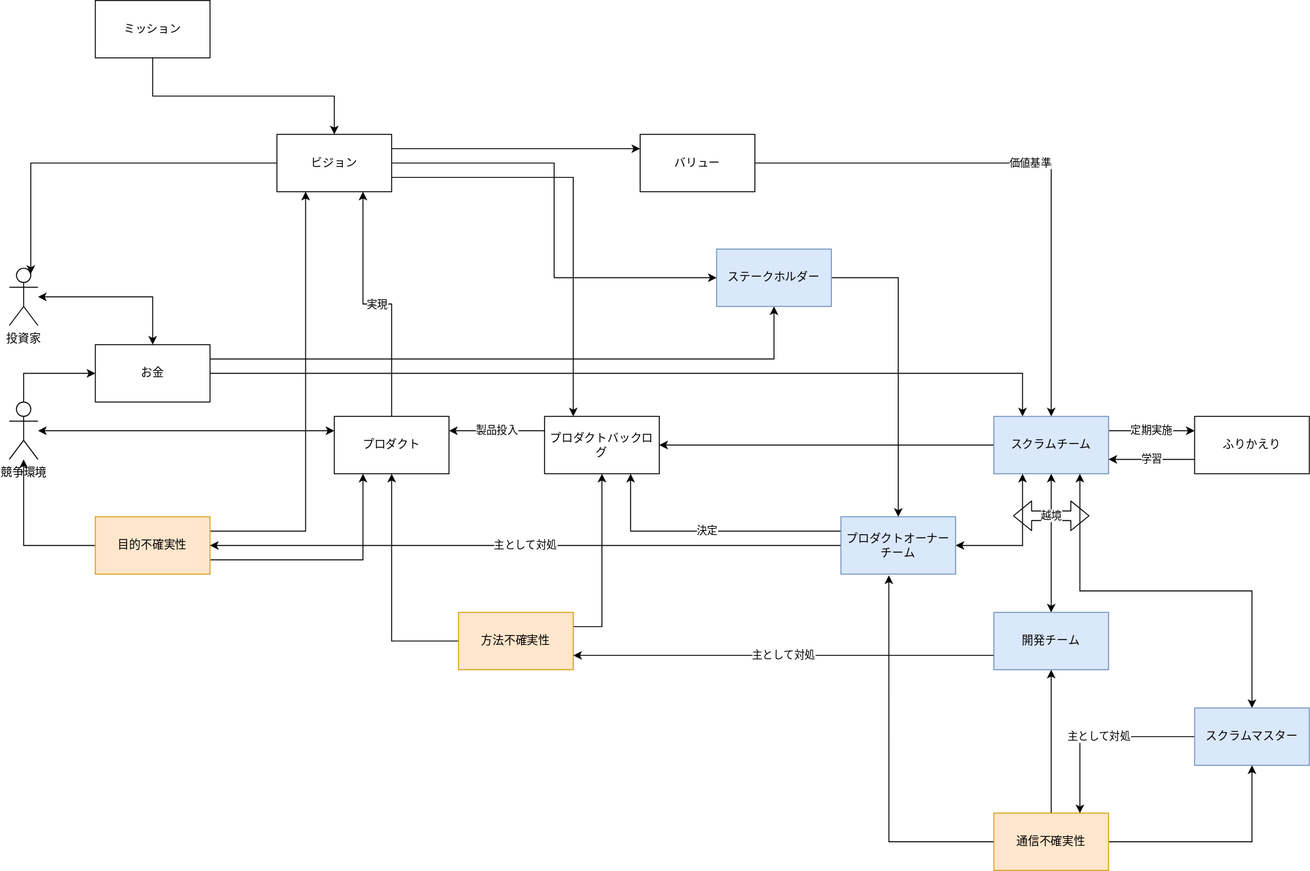
The draw.io diagram 現代ソフトウェア開発の地図.svg in shimobayashi/drawio-public, before a commit. Source tidied: cells renumbered, new cells last; positions are measured from the earlier drawing's top-left corner, leaving out a move shared by most shapes.
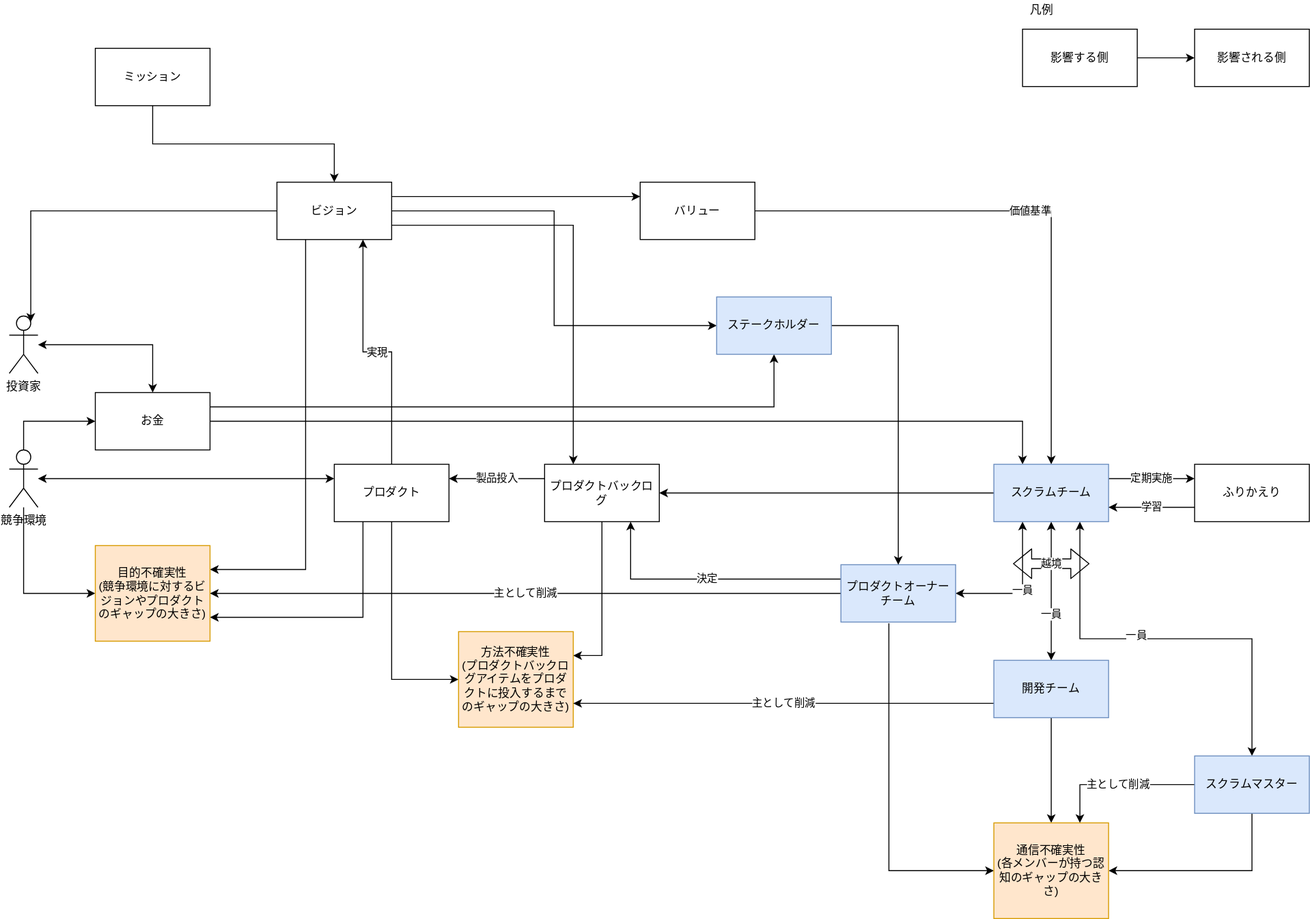
Later version of the same file.

Commit message:
Update 現代ソフトウェア開発の地図.svg

Change to the diagram source:
```diff
@@ -53,38 +53,38 @@
     <mxCell id="18" value="お金" style="rounded=0;whiteSpace=wrap;html=1;" parent="1" vertex="1">
       <mxGeometry x="90" y="360" width="120" height="60" as="geometry" />
     </mxCell>
-    <mxCell id="19" style="edgeStyle=orthogonalEdgeStyle;rounded=0;jettySize=auto;html=1;exitX=0;exitY=0.5;exitDx=0;exitDy=0;" parent="1" edge="1" source="22" target="4">
+    <mxCell id="19" style="edgeStyle=orthogonalEdgeStyle;rounded=0;jettySize=auto;html=1;exitX=0;exitY=0.5;exitDx=0;exitDy=0;startArrow=classic;startFill=1;endArrow=none;endFill=0;" parent="1" edge="1" source="22" target="4">
       <mxGeometry relative="1" as="geometry" />
     </mxCell>
-    <mxCell id="20" style="edgeStyle=orthogonalEdgeStyle;rounded=0;jettySize=auto;html=1;exitX=1;exitY=0.25;exitDx=0;exitDy=0;entryX=0.25;entryY=1;entryDx=0;entryDy=0;" parent="1" edge="1" source="22" target="11">
+    <mxCell id="20" style="edgeStyle=orthogonalEdgeStyle;rounded=0;jettySize=auto;html=1;exitX=1;exitY=0.25;exitDx=0;exitDy=0;entryX=0.25;entryY=1;entryDx=0;entryDy=0;startArrow=classic;startFill=1;endArrow=none;endFill=0;" parent="1" edge="1" source="22" target="11">
       <mxGeometry relative="1" as="geometry" />
     </mxCell>
-    <mxCell id="21" style="edgeStyle=orthogonalEdgeStyle;rounded=0;jettySize=auto;html=1;exitX=1;exitY=0.75;exitDx=0;exitDy=0;entryX=0.25;entryY=1;entryDx=0;entryDy=0;" parent="1" edge="1" source="22" target="15">
+    <mxCell id="21" style="edgeStyle=orthogonalEdgeStyle;rounded=0;jettySize=auto;html=1;exitX=1;exitY=0.75;exitDx=0;exitDy=0;entryX=0.25;entryY=1;entryDx=0;entryDy=0;startArrow=classic;startFill=1;endArrow=none;endFill=0;" parent="1" edge="1" source="22" target="15">
       <mxGeometry relative="1" as="geometry" />
     </mxCell>
-    <mxCell id="22" value="目的不確実性" style="rounded=0;whiteSpace=wrap;html=1;fillColor=#ffe6cc;strokeColor=#d79b00;" parent="1" vertex="1">
-      <mxGeometry x="90" y="540" width="120" height="60" as="geometry" />
+    <mxCell id="22" value="目的不確実性&lt;br&gt;(競争環境に対するビジョンやプロダクトのギャップの大きさ)" style="rounded=0;whiteSpace=wrap;html=1;fillColor=#ffe6cc;strokeColor=#d79b00;" parent="1" vertex="1">
+      <mxGeometry x="90" y="520" width="120" height="100" as="geometry" />
     </mxCell>
-    <mxCell id="23" style="edgeStyle=orthogonalEdgeStyle;rounded=0;jettySize=auto;html=1;exitX=0;exitY=0.5;exitDx=0;exitDy=0;entryX=0.5;entryY=1;entryDx=0;entryDy=0;" parent="1" edge="1" source="25" target="15">
+    <mxCell id="23" style="edgeStyle=orthogonalEdgeStyle;rounded=0;jettySize=auto;html=1;exitX=0;exitY=0.5;exitDx=0;exitDy=0;entryX=0.5;entryY=1;entryDx=0;entryDy=0;startArrow=classic;startFill=1;endArrow=none;endFill=0;" parent="1" edge="1" source="25" target="15">
       <mxGeometry relative="1" as="geometry" />
     </mxCell>
-    <mxCell id="24" style="edgeStyle=orthogonalEdgeStyle;rounded=0;jettySize=auto;html=1;exitX=1;exitY=0.25;exitDx=0;exitDy=0;entryX=0.5;entryY=1;entryDx=0;entryDy=0;" parent="1" edge="1" source="25" target="31">
+    <mxCell id="24" style="edgeStyle=orthogonalEdgeStyle;rounded=0;jettySize=auto;html=1;exitX=1;exitY=0.25;exitDx=0;exitDy=0;entryX=0.5;entryY=1;entryDx=0;entryDy=0;startArrow=classic;startFill=1;endArrow=none;endFill=0;" parent="1" edge="1" source="25" target="31">
       <mxGeometry relative="1" as="geometry" />
     </mxCell>
-    <mxCell id="25" value="方法不確実性" style="rounded=0;whiteSpace=wrap;html=1;fillColor=#ffe6cc;strokeColor=#d79b00;" parent="1" vertex="1">
-      <mxGeometry x="470" y="640" width="120" height="60" as="geometry" />
+    <mxCell id="25" value="方法不確実性&lt;br&gt;(プロダクトバックログアイテムをプロダクトに投入するまでのギャップの大きさ)" style="rounded=0;whiteSpace=wrap;html=1;fillColor=#ffe6cc;strokeColor=#d79b00;" parent="1" vertex="1">
+      <mxGeometry x="470" y="610" width="120" height="100" as="geometry" />
     </mxCell>
-    <mxCell id="26" style="edgeStyle=orthogonalEdgeStyle;rounded=0;jettySize=auto;html=1;exitX=0;exitY=0.5;exitDx=0;exitDy=0;entryX=0.418;entryY=1.021;entryDx=0;entryDy=0;entryPerimeter=0;" parent="1" edge="1" source="29" target="35">
+    <mxCell id="26" style="edgeStyle=orthogonalEdgeStyle;rounded=0;jettySize=auto;html=1;exitX=0;exitY=0.5;exitDx=0;exitDy=0;entryX=0.418;entryY=1.021;entryDx=0;entryDy=0;entryPerimeter=0;startArrow=classic;startFill=1;endArrow=none;endFill=0;" parent="1" edge="1" source="29" target="35">
       <mxGeometry relative="1" as="geometry" />
     </mxCell>
-    <mxCell id="27" style="edgeStyle=orthogonalEdgeStyle;rounded=0;jettySize=auto;html=1;exitX=0.5;exitY=0;exitDx=0;exitDy=0;entryX=0.5;entryY=1;entryDx=0;entryDy=0;" parent="1" edge="1" source="29" target="38">
+    <mxCell id="27" style="edgeStyle=orthogonalEdgeStyle;rounded=0;jettySize=auto;html=1;exitX=0.5;exitY=0;exitDx=0;exitDy=0;entryX=0.5;entryY=1;entryDx=0;entryDy=0;startArrow=classic;startFill=1;endArrow=none;endFill=0;" parent="1" edge="1" source="29" target="38">
       <mxGeometry relative="1" as="geometry" />
     </mxCell>
-    <mxCell id="28" style="edgeStyle=orthogonalEdgeStyle;rounded=0;jettySize=auto;html=1;exitX=1;exitY=0.5;exitDx=0;exitDy=0;entryX=0.5;entryY=1;entryDx=0;entryDy=0;" parent="1" edge="1" source="29" target="41">
+    <mxCell id="28" style="edgeStyle=orthogonalEdgeStyle;rounded=0;jettySize=auto;html=1;exitX=1;exitY=0.5;exitDx=0;exitDy=0;entryX=0.5;entryY=1;entryDx=0;entryDy=0;startArrow=classic;startFill=1;endArrow=none;endFill=0;" parent="1" edge="1" source="29" target="41">
       <mxGeometry relative="1" as="geometry" />
     </mxCell>
-    <mxCell id="29" value="通信不確実性" style="rounded=0;whiteSpace=wrap;html=1;fillColor=#ffe6cc;strokeColor=#d79b00;" parent="1" vertex="1">
-      <mxGeometry x="1030" y="850" width="120" height="60" as="geometry" />
+    <mxCell id="29" value="通信不確実性&lt;br&gt;(各メンバーが持つ認知のギャップの大きさ)" style="rounded=0;whiteSpace=wrap;html=1;fillColor=#ffe6cc;strokeColor=#d79b00;" parent="1" vertex="1">
+      <mxGeometry x="1030" y="810" width="120" height="100" as="geometry" />
     </mxCell>
     <mxCell id="30" value="製品投入" style="edgeStyle=orthogonalEdgeStyle;rounded=0;jettySize=auto;html=1;exitX=0;exitY=0.25;exitDx=0;exitDy=0;entryX=1;entryY=0.25;entryDx=0;entryDy=0;" parent="1" edge="1" source="31" target="15">
       <mxGeometry relative="1" as="geometry" />
@@ -92,10 +92,10 @@
     <mxCell id="31" value="プロダクトバックログ" style="rounded=0;whiteSpace=wrap;html=1;" parent="1" vertex="1">
       <mxGeometry x="560" y="435" width="120" height="60" as="geometry" />
     </mxCell>
-    <mxCell id="32" value="主として対処" style="edgeStyle=orthogonalEdgeStyle;rounded=0;jettySize=auto;html=1;exitX=0;exitY=0.5;exitDx=0;exitDy=0;entryX=1;entryY=0.5;entryDx=0;entryDy=0;" parent="1" edge="1" source="35" target="22">
+    <mxCell id="32" value="主として削減" style="edgeStyle=orthogonalEdgeStyle;rounded=0;jettySize=auto;html=1;exitX=0;exitY=0.5;exitDx=0;exitDy=0;entryX=1;entryY=0.5;entryDx=0;entryDy=0;" parent="1" edge="1" source="35" target="22">
       <mxGeometry relative="1" as="geometry" />
     </mxCell>
-    <mxCell id="33" style="edgeStyle=orthogonalEdgeStyle;rounded=0;jettySize=auto;html=1;exitX=1;exitY=0.5;exitDx=0;exitDy=0;entryX=0.25;entryY=1;entryDx=0;entryDy=0;startArrow=classic;startFill=1;" parent="1" edge="1" source="35" target="44">
+    <mxCell id="33" value="一員" style="edgeStyle=orthogonalEdgeStyle;rounded=0;jettySize=auto;html=1;exitX=1;exitY=0.5;exitDx=0;exitDy=0;entryX=0.25;entryY=1;entryDx=0;entryDy=0;startArrow=classic;startFill=1;" parent="1" edge="1" source="35" target="44">
       <mxGeometry relative="1" as="geometry" />
     </mxCell>
     <mxCell id="34" value="決定" style="edgeStyle=orthogonalEdgeStyle;rounded=0;jettySize=auto;html=1;exitX=0;exitY=0.25;exitDx=0;exitDy=0;entryX=0.75;entryY=1;entryDx=0;entryDy=0;" parent="1" edge="1" source="35" target="31">
@@ -104,21 +104,27 @@
     <mxCell id="35" value="プロダクトオーナーチーム" style="rounded=0;whiteSpace=wrap;html=1;fillColor=#dae8fc;strokeColor=#6c8ebf;" parent="1" vertex="1">
       <mxGeometry x="870" y="540" width="120" height="60" as="geometry" />
     </mxCell>
-    <mxCell id="36" value="主として対処" style="edgeStyle=orthogonalEdgeStyle;rounded=0;jettySize=auto;html=1;exitX=0;exitY=0.75;exitDx=0;exitDy=0;entryX=1;entryY=0.75;entryDx=0;entryDy=0;" parent="1" edge="1" source="38" target="25">
+    <mxCell id="36" value="主として削減" style="edgeStyle=orthogonalEdgeStyle;rounded=0;jettySize=auto;html=1;exitX=0;exitY=0.75;exitDx=0;exitDy=0;entryX=1;entryY=0.75;entryDx=0;entryDy=0;" parent="1" edge="1" source="38" target="25">
       <mxGeometry relative="1" as="geometry" />
     </mxCell>
     <mxCell id="37" style="edgeStyle=orthogonalEdgeStyle;rounded=0;jettySize=auto;html=1;exitX=0.5;exitY=0;exitDx=0;exitDy=0;entryX=0.5;entryY=1;entryDx=0;entryDy=0;startArrow=classic;startFill=1;" parent="1" edge="1" source="38" target="44">
       <mxGeometry relative="1" as="geometry" />
     </mxCell>
+    <mxCell id="52" value="一員" style="edgeLabel;html=1;align=center;verticalAlign=middle;" parent="37" vertex="1">
+      <mxGeometry x="-0.33" y="1" relative="1" as="geometry" />
+    </mxCell>
     <mxCell id="38" value="開発チーム" style="rounded=0;whiteSpace=wrap;html=1;fillColor=#dae8fc;strokeColor=#6c8ebf;" parent="1" vertex="1">
       <mxGeometry x="1030" y="640" width="120" height="60" as="geometry" />
     </mxCell>
-    <mxCell id="39" value="主として対処" style="edgeStyle=orthogonalEdgeStyle;rounded=0;jettySize=auto;html=1;exitX=0;exitY=0.5;exitDx=0;exitDy=0;entryX=0.75;entryY=0;entryDx=0;entryDy=0;" parent="1" edge="1" source="41" target="29">
+    <mxCell id="39" value="主として削減" style="edgeStyle=orthogonalEdgeStyle;rounded=0;jettySize=auto;html=1;exitX=0;exitY=0.5;exitDx=0;exitDy=0;entryX=0.75;entryY=0;entryDx=0;entryDy=0;" parent="1" edge="1" source="41" target="29">
       <mxGeometry relative="1" as="geometry" />
     </mxCell>
     <mxCell id="40" style="edgeStyle=orthogonalEdgeStyle;rounded=0;jettySize=auto;html=1;exitX=0.5;exitY=0;exitDx=0;exitDy=0;entryX=0.75;entryY=1;entryDx=0;entryDy=0;startArrow=classic;startFill=1;" parent="1" edge="1" source="41" target="44">
       <mxGeometry relative="1" as="geometry" />
     </mxCell>
+    <mxCell id="53" value="一員" style="edgeLabel;html=1;align=center;verticalAlign=middle;" parent="40" vertex="1">
+      <mxGeometry x="0.15" y="-4" relative="1" as="geometry" />
+    </mxCell>
     <mxCell id="41" value="スクラムマスター" style="rounded=0;whiteSpace=wrap;html=1;fillColor=#dae8fc;strokeColor=#6c8ebf;" parent="1" vertex="1">
       <mxGeometry x="1240" y="740" width="120" height="60" as="geometry" />
     </mxCell>
@@ -155,5 +161,17 @@
     <mxCell id="51" value="ステークホルダー" style="rounded=0;whiteSpace=wrap;html=1;fillColor=#dae8fc;strokeColor=#6c8ebf;" parent="1" vertex="1">
       <mxGeometry x="740" y="260" width="120" height="60" as="geometry" />
     </mxCell>
+    <mxCell id="54" style="edgeStyle=orthogonalEdgeStyle;rounded=0;jettySize=auto;html=1;exitX=1;exitY=0.5;exitDx=0;exitDy=0;entryX=0;entryY=0.5;entryDx=0;entryDy=0;" parent="1" edge="1" source="55" target="56">
+      <mxGeometry relative="1" as="geometry" />
+    </mxCell>
+    <mxCell id="55" value="影響する側" style="rounded=0;whiteSpace=wrap;html=1;" parent="1" vertex="1">
+      <mxGeometry x="1060" y="-20" width="120" height="60" as="geometry" />
+    </mxCell>
+    <mxCell id="56" value="影響される側" style="rounded=0;whiteSpace=wrap;html=1;" parent="1" vertex="1">
+      <mxGeometry x="1240" y="-20" width="120" height="60" as="geometry" />
+    </mxCell>
+    <mxCell id="57" value="凡例" style="text;html=1;align=center;verticalAlign=middle;" parent="1" vertex="1">
+      <mxGeometry x="1060" y="-50" width="40" height="20" as="geometry" />
+    </mxCell>
   </root>
 </mxGraphModel>
```
